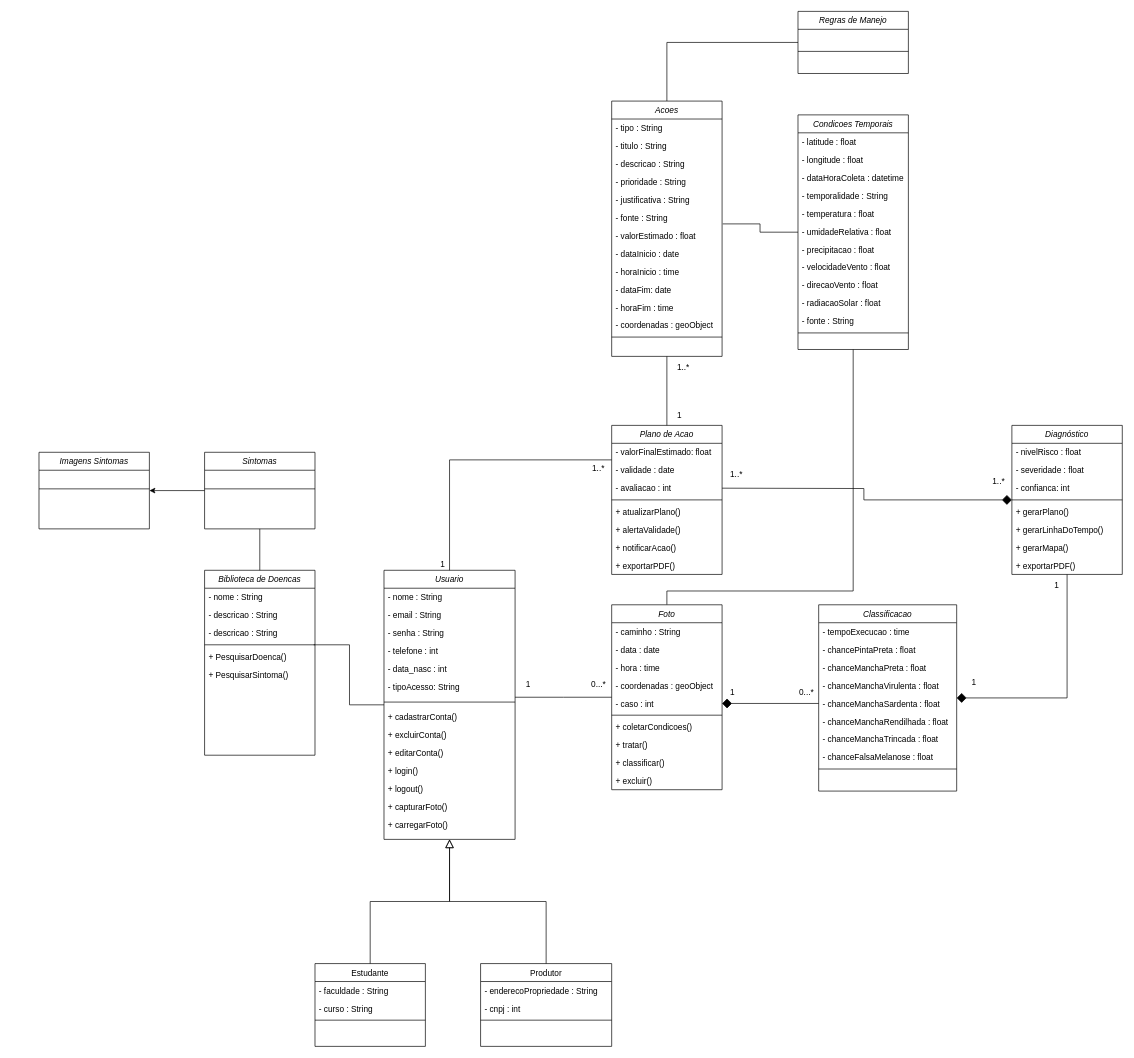
The draw.io diagram uml/classes_blackspot.drawio in guilhermexmada/pi-ponskan, before the edit. Source tidied: cells renumbered, new cells numbered last; positions are measured from the earlier drawing's top-left corner, leaving out a move shared by most shapes. Both pictures are drawn from the tidied source at 69%, with x=0, y=0 at pixel (39, 11).
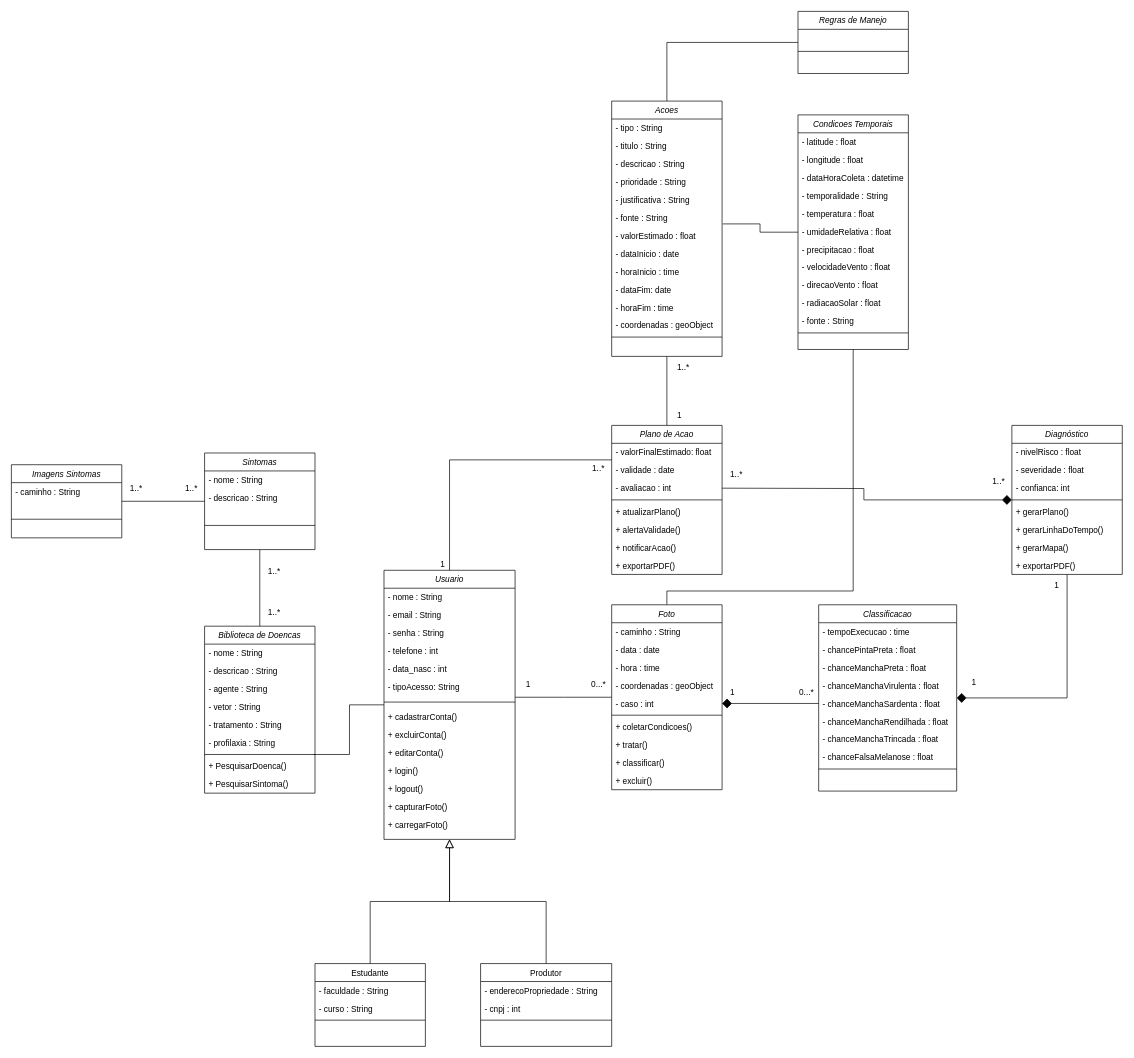
The same diagram, later.

Unchanged cells that the change refers to:
```xml
<mxCell id="2" value="Usuario" style="swimlane;fontStyle=2;align=center;verticalAlign=top;horizontal=1;startSize=26;rounded=0;shadow=0;strokeWidth=1;" parent="1" vertex="1">
  <mxGeometry x="500" y="810" width="190" height="390" as="geometry" />
</mxCell>
<mxCell id="28" value="Foto" style="swimlane;fontStyle=2;align=center;verticalAlign=top;horizontal=1;startSize=26;rounded=0;shadow=0;strokeWidth=1;" parent="1" vertex="1">
  <mxGeometry x="830" y="860" width="160" height="268" as="geometry" />
</mxCell>
<mxCell id="56" value="Plano de Acao" style="swimlane;fontStyle=2;align=center;verticalAlign=top;horizontal=1;startSize=26;rounded=0;shadow=0;strokeWidth=1;" parent="1" vertex="1">
  <mxGeometry x="830" y="600" width="160" height="216" as="geometry" />
</mxCell>
<mxCell id="70" value="Diagnóstico" style="swimlane;fontStyle=2;align=center;verticalAlign=top;horizontal=1;startSize=26;rounded=0;shadow=0;strokeWidth=1;" parent="1" vertex="1">
  <mxGeometry x="1410" y="600" width="160" height="216" as="geometry" />
</mxCell>
<mxCell id="84" value="Acoes" style="swimlane;fontStyle=2;align=center;verticalAlign=top;horizontal=1;startSize=26;rounded=0;shadow=0;strokeWidth=1;" parent="1" vertex="1">
  <mxGeometry x="830" y="130" width="160" height="370" as="geometry" />
</mxCell>
```

The edit, as a diff of the source:
```diff
@@
-    <mxCell id="29" value="- caminho : String" style="text;align=left;verticalAlign=top;spacingLeft=4;spacingRight=4;overflow=hidden;" parent="28" vertex="1">
-      <mxGeometry y="26" width="160" height="26" as="geometry" />
-    </mxCell>
+    <mxCell id="130" value="- caminho : String" style="text;align=left;verticalAlign=top;spacingLeft=4;spacingRight=4;overflow=hidden;" parent="28" vertex="1">
+      <mxGeometry y="26" width="160" height="26" as="geometry" />
+    </mxCell>
@@
-    <mxCell id="60" style="line;html=1;strokeWidth=1;align=left;verticalAlign=middle;spacingTop=-1;spacingLeft=3;spacingRight=3;labelPosition=right;" parent="56" vertex="1">
-      <mxGeometry y="104" width="160" height="8" as="geometry" />
-    </mxCell>
+    <mxCell id="131" style="line;html=1;strokeWidth=1;align=left;verticalAlign=middle;spacingTop=-1;spacingLeft=3;spacingRight=3;labelPosition=right;" parent="56" vertex="1">
+      <mxGeometry y="104" width="160" height="8" as="geometry" />
+    </mxCell>
@@
-    <mxCell id="67" style="edgeStyle=orthogonalEdgeStyle;rounded=0;jettySize=auto;html=1;entryX=0;entryY=0.5;entryDx=0;entryDy=0;endArrow=diamond;endFill=1;startSize=6;endSize=12;" parent="1" edge="1" target="70">
-      <mxGeometry relative="1" as="geometry">
-        <mxPoint x="990" y="691" as="sourcePoint" />
-      </mxGeometry>
-    </mxCell>
+    <mxCell id="132" style="edgeStyle=orthogonalEdgeStyle;rounded=0;jettySize=auto;html=1;entryX=0;entryY=0.5;entryDx=0;entryDy=0;endArrow=diamond;endFill=1;startSize=6;endSize=12;" parent="1" edge="1" target="70">
+      <mxGeometry relative="1" as="geometry">
+        <mxPoint x="990" y="691" as="sourcePoint" />
+      </mxGeometry>
+    </mxCell>
@@
-    <mxCell id="74" style="line;html=1;strokeWidth=1;align=left;verticalAlign=middle;spacingTop=-1;spacingLeft=3;spacingRight=3;labelPosition=right;" parent="70" vertex="1">
-      <mxGeometry y="104" width="160" height="8" as="geometry" />
-    </mxCell>
+    <mxCell id="133" style="line;html=1;strokeWidth=1;align=left;verticalAlign=middle;spacingTop=-1;spacingLeft=3;spacingRight=3;labelPosition=right;" parent="70" vertex="1">
+      <mxGeometry y="104" width="160" height="8" as="geometry" />
+    </mxCell>
@@
-    <mxCell id="87" value="- descricao : String" style="text;align=left;verticalAlign=top;spacingLeft=4;spacingRight=4;overflow=hidden;" parent="84" vertex="1">
-      <mxGeometry y="78" width="160" height="26" as="geometry" />
-    </mxCell>
+    <mxCell id="134" value="- descricao : String" style="text;align=left;verticalAlign=top;spacingLeft=4;spacingRight=4;overflow=hidden;" parent="84" vertex="1">
+      <mxGeometry y="78" width="160" height="26" as="geometry" />
+    </mxCell>
@@
     <mxCell id="116" value="Biblioteca de Doencas" style="swimlane;fontStyle=2;align=center;verticalAlign=top;horizontal=1;startSize=26;rounded=0;shadow=0;strokeWidth=1;" parent="1" vertex="1">
-      <mxGeometry x="240" y="810" width="160" height="268" as="geometry" />
+      <mxGeometry x="240" y="891" width="160" height="242" as="geometry" />
     </mxCell>
-    <mxCell id="117" value="- nome : String" style="text;align=left;verticalAlign=top;spacingLeft=4;spacingRight=4;overflow=hidden;" parent="116" vertex="1">
-      <mxGeometry y="26" width="160" height="26" as="geometry" />
-    </mxCell>
-    <mxCell id="118" value="- descricao : String" style="text;align=left;verticalAlign=top;spacingLeft=4;spacingRight=4;overflow=hidden;" parent="116" vertex="1">
-      <mxGeometry y="52" width="160" height="26" as="geometry" />
-    </mxCell>
-    <mxCell id="119" value="- descricao : String" style="text;align=left;verticalAlign=top;spacingLeft=4;spacingRight=4;overflow=hidden;points=[[0,0.5],[1,0.5]];portConstraint=eastwest;" parent="116" vertex="1">
-      <mxGeometry y="78" width="160" height="26" as="geometry" />
-    </mxCell>
-    <mxCell id="120" style="line;html=1;strokeWidth=1;align=left;verticalAlign=middle;spacingTop=-1;spacingLeft=3;spacingRight=3;labelPosition=right;" parent="116" vertex="1">
-      <mxGeometry y="104" width="160" height="8" as="geometry" />
-    </mxCell>
+    <mxCell id="135" value="- nome : String" style="text;align=left;verticalAlign=top;spacingLeft=4;spacingRight=4;overflow=hidden;" parent="116" vertex="1">
+      <mxGeometry y="26" width="160" height="26" as="geometry" />
+    </mxCell>
+    <mxCell id="136" value="- descricao : String" style="text;align=left;verticalAlign=top;spacingLeft=4;spacingRight=4;overflow=hidden;" parent="116" vertex="1">
+      <mxGeometry y="52" width="160" height="26" as="geometry" />
+    </mxCell>
+    <mxCell id="137" value="- agente : String" style="text;align=left;verticalAlign=top;spacingLeft=4;spacingRight=4;overflow=hidden;" parent="116" vertex="1">
+      <mxGeometry y="78" width="160" height="26" as="geometry" />
+    </mxCell>
+    <mxCell id="138" value="- vetor : String" style="text;align=left;verticalAlign=top;spacingLeft=4;spacingRight=4;overflow=hidden;" parent="116" vertex="1">
+      <mxGeometry y="104" width="160" height="26" as="geometry" />
+    </mxCell>
+    <mxCell id="139" value="- tratamento : String" style="text;align=left;verticalAlign=top;spacingLeft=4;spacingRight=4;overflow=hidden;" parent="116" vertex="1">
+      <mxGeometry y="130" width="160" height="26" as="geometry" />
+    </mxCell>
+    <mxCell id="140" value="- profilaxia : String" style="text;align=left;verticalAlign=top;spacingLeft=4;spacingRight=4;overflow=hidden;points=[[0,0.5],[1,0.5]];portConstraint=eastwest;" parent="116" vertex="1">
+      <mxGeometry y="156" width="160" height="26" as="geometry" />
+    </mxCell>
+    <mxCell id="141" style="line;html=1;strokeWidth=1;align=left;verticalAlign=middle;spacingTop=-1;spacingLeft=3;spacingRight=3;labelPosition=right;" parent="116" vertex="1">
+      <mxGeometry y="182" width="160" height="8" as="geometry" />
+    </mxCell>
     <mxCell id="121" value="+ PesquisarDoenca()" style="text;align=left;verticalAlign=top;spacingLeft=4;spacingRight=4;overflow=hidden;rounded=0;shadow=0;html=0;" parent="116" vertex="1">
-      <mxGeometry y="112" width="160" height="26" as="geometry" />
+      <mxGeometry y="190" width="160" height="26" as="geometry" />
     </mxCell>
     <mxCell id="122" value="+ PesquisarSintoma()" style="text;align=left;verticalAlign=top;spacingLeft=4;spacingRight=4;overflow=hidden;rounded=0;shadow=0;html=0;" parent="116" vertex="1">
-      <mxGeometry y="138" width="160" height="26" as="geometry" />
+      <mxGeometry y="216" width="160" height="26" as="geometry" />
     </mxCell>
@@
-    <mxCell id="124" style="edgeStyle=orthogonalEdgeStyle;rounded=0;jettySize=auto;html=1;" parent="1" edge="1" source="125" target="128">
+    <mxCell id="124" style="edgeStyle=orthogonalEdgeStyle;rounded=0;jettySize=auto;html=1;endArrow=none;endFill=0;" parent="1" edge="1" source="125" target="128">
       <mxGeometry relative="1" as="geometry" />
     </mxCell>
     <mxCell id="125" value="Sintomas" style="swimlane;fontStyle=2;align=center;verticalAlign=top;horizontal=1;startSize=26;rounded=0;shadow=0;strokeWidth=1;" parent="1" vertex="1">
-      <mxGeometry x="240" y="639" width="160" height="111" as="geometry" />
+      <mxGeometry x="240" y="640" width="160" height="140" as="geometry" />
     </mxCell>
-    <mxCell id="126" style="line;html=1;strokeWidth=1;align=left;verticalAlign=middle;spacingTop=-1;spacingLeft=3;spacingRight=3;labelPosition=right;" parent="125" vertex="1">
-      <mxGeometry y="26" width="160" height="54" as="geometry" />
-    </mxCell>
-    <mxCell id="127" style="edgeStyle=orthogonalEdgeStyle;rounded=0;jettySize=auto;html=1;entryX=0.988;entryY=1.154;entryDx=0;entryDy=0;entryPerimeter=0;endArrow=none;endFill=0;" parent="1" edge="1" source="2" target="119">
-      <mxGeometry relative="1" as="geometry" />
-    </mxCell>
+    <mxCell id="142" value="- nome : String" style="text;align=left;verticalAlign=top;spacingLeft=4;spacingRight=4;overflow=hidden;" parent="125" vertex="1">
+      <mxGeometry y="26" width="160" height="26" as="geometry" />
+    </mxCell>
+    <mxCell id="143" value="- descricao : String" style="text;align=left;verticalAlign=top;spacingLeft=4;spacingRight=4;overflow=hidden;" parent="125" vertex="1">
+      <mxGeometry y="52" width="160" height="26" as="geometry" />
+    </mxCell>
+    <mxCell id="144" style="line;html=1;strokeWidth=1;align=left;verticalAlign=middle;spacingTop=-1;spacingLeft=3;spacingRight=3;labelPosition=right;" parent="125" vertex="1">
+      <mxGeometry y="78" width="160" height="54" as="geometry" />
+    </mxCell>
+    <mxCell id="145" style="edgeStyle=orthogonalEdgeStyle;rounded=0;jettySize=auto;html=1;entryX=0.988;entryY=1.154;entryDx=0;entryDy=0;entryPerimeter=0;endArrow=none;endFill=0;" parent="1" edge="1" source="2" target="140">
+      <mxGeometry relative="1" as="geometry" />
+    </mxCell>
     <mxCell id="128" value="Imagens Sintomas" style="swimlane;fontStyle=2;align=center;verticalAlign=top;horizontal=1;startSize=26;rounded=0;shadow=0;strokeWidth=1;" parent="1" vertex="1">
-      <mxGeometry y="639" width="160" height="111" as="geometry" />
+      <mxGeometry x="-40" y="657" width="160" height="106" as="geometry" />
     </mxCell>
-    <mxCell id="129" style="line;html=1;strokeWidth=1;align=left;verticalAlign=middle;spacingTop=-1;spacingLeft=3;spacingRight=3;labelPosition=right;" parent="128" vertex="1">
-      <mxGeometry y="26" width="160" height="54" as="geometry" />
-    </mxCell>
+    <mxCell id="146" value="- caminho : String" style="text;align=left;verticalAlign=top;spacingLeft=4;spacingRight=4;overflow=hidden;" parent="128" vertex="1">
+      <mxGeometry y="26" width="160" height="26" as="geometry" />
+    </mxCell>
+    <mxCell id="147" style="line;html=1;strokeWidth=1;align=left;verticalAlign=middle;spacingTop=-1;spacingLeft=3;spacingRight=3;labelPosition=right;" parent="128" vertex="1">
+      <mxGeometry y="52" width="160" height="54" as="geometry" />
+    </mxCell>
+    <mxCell id="148" value="1..*" style="align=left;verticalAlign=bottom;labelBackgroundColor=none;fontSize=12;" parent="1" vertex="1">
+      <mxGeometry x="330" y="880" as="geometry" />
+    </mxCell>
+    <mxCell id="149" value="1..*" style="align=left;verticalAlign=bottom;labelBackgroundColor=none;fontSize=12;" parent="1" vertex="1">
+      <mxGeometry x="330" y="820" as="geometry" />
+    </mxCell>
+    <mxCell id="150" value="1..*" style="align=left;verticalAlign=bottom;labelBackgroundColor=none;fontSize=12;" parent="1" vertex="1">
+      <mxGeometry x="210" y="700" as="geometry" />
+    </mxCell>
+    <mxCell id="151" value="1..*" style="align=left;verticalAlign=bottom;labelBackgroundColor=none;fontSize=12;" parent="1" vertex="1">
+      <mxGeometry x="130" y="700" as="geometry" />
+    </mxCell>
```
